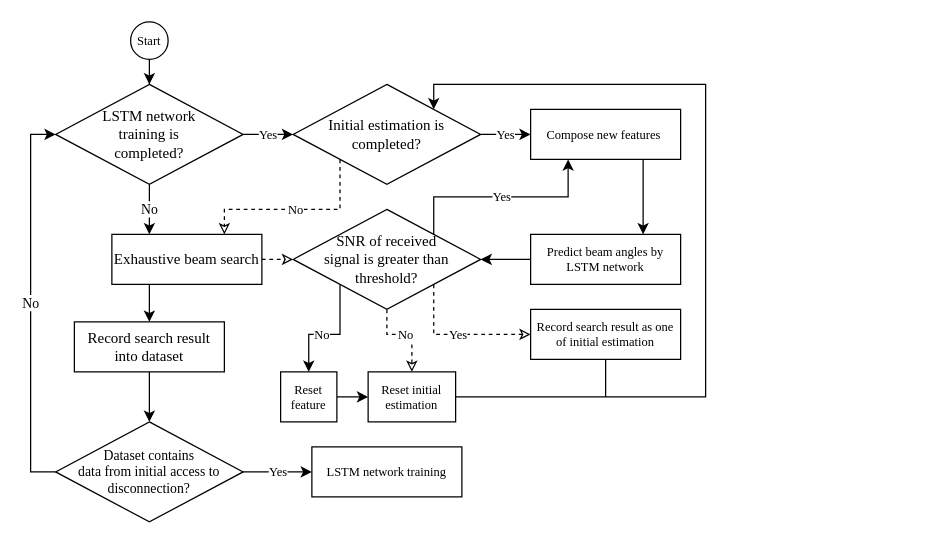
Lykr/FC-BET keeps this draw.io diagram as Script/procedure.drawio. Above is the earlier version. Source tidied: cells renumbered, new cells numbered last; positions are measured from the earlier drawing's top-left corner, leaving out a move shared by most shapes. Both pictures are drawn from the tidied source at 125%, with x=0, y=0 at pixel (30, 21).
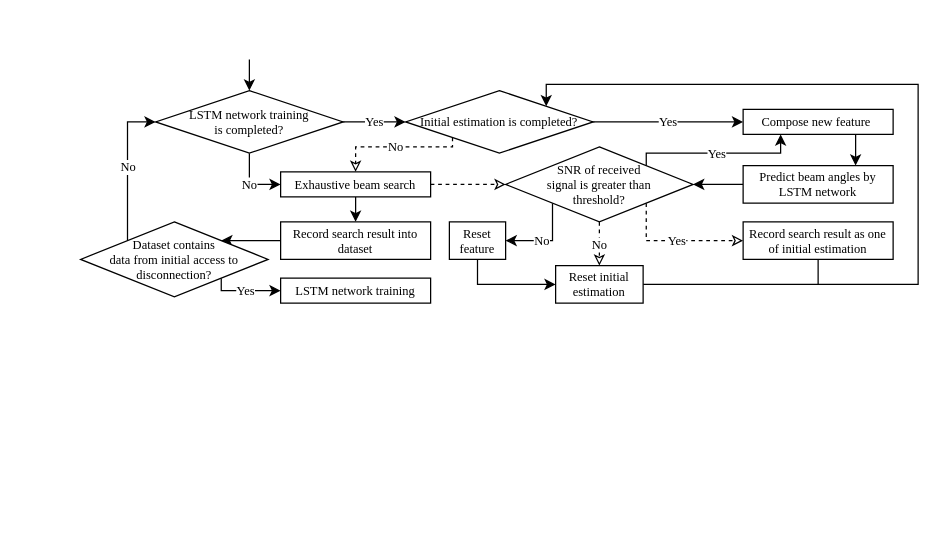
Above is the later version.

Diff of the diagram source:
```diff
@@
-    <mxCell id="2" value="No" style="edgeStyle=orthogonalEdgeStyle;rounded=0;jettySize=auto;html=1;fontFamily=Times New Roman;labelBorderColor=none;entryX=0.25;entryY=0;entryDx=0;entryDy=0;" parent="1" edge="1" source="4" target="7">
-      <mxGeometry relative="1" as="geometry" />
+    <mxCell id="2" value="No" style="edgeStyle=orthogonalEdgeStyle;rounded=0;jettySize=auto;html=1;fontFamily=Times New Roman;labelBorderColor=none;entryX=0;entryY=0.5;entryDx=0;entryDy=0;fontSize=10;" parent="1" edge="1" source="4" target="7">
+      <mxGeometry relative="1" as="geometry">
+        <Array as="points">
+          <mxPoint x="175" y="130" />
+        </Array>
+      </mxGeometry>
     </mxCell>
@@
-    <mxCell id="4" value="LSTM network&lt;br&gt;training is&lt;br&gt;completed?" style="rhombus;whiteSpace=wrap;html=1;labelBackgroundColor=none;labelBorderColor=none;fontFamily=Times New Roman;" parent="1" vertex="1">
-      <mxGeometry x="20" y="50" width="150" height="80" as="geometry" />
+    <mxCell id="4" value="LSTM network&amp;nbsp;training&lt;br&gt;is&amp;nbsp;completed?" style="rhombus;whiteSpace=wrap;html=1;labelBackgroundColor=none;labelBorderColor=none;fontFamily=Times New Roman;fontSize=10;" parent="1" vertex="1">
+      <mxGeometry x="100" y="55" width="150" height="50" as="geometry" />
     </mxCell>
-    <mxCell id="5" style="edgeStyle=orthogonalEdgeStyle;rounded=0;jettySize=auto;html=1;entryX=0.5;entryY=0;entryDx=0;entryDy=0;fontFamily=Times New Roman;labelBorderColor=none;exitX=0.25;exitY=1;exitDx=0;exitDy=0;" parent="1" edge="1" source="7" target="9">
+    <mxCell id="5" style="edgeStyle=orthogonalEdgeStyle;rounded=0;jettySize=auto;html=1;entryX=0.5;entryY=0;entryDx=0;entryDy=0;fontFamily=Times New Roman;labelBorderColor=none;exitX=0.5;exitY=1;exitDx=0;exitDy=0;fontSize=10;" parent="1" edge="1" source="7" target="9">
       <mxGeometry relative="1" as="geometry" />
     </mxCell>
     <mxCell id="6" style="edgeStyle=orthogonalEdgeStyle;rounded=0;jettySize=auto;html=1;exitX=1;exitY=0.5;exitDx=0;exitDy=0;entryX=0;entryY=0.5;entryDx=0;entryDy=0;labelBackgroundColor=#ffffff;endArrow=classic;endFill=0;fontFamily=Times New Roman;fontSize=10;dashed=1;" parent="1" edge="1" source="7" target="23">
       <mxGeometry relative="1" as="geometry">
         <Array as="points">
-          <mxPoint x="190" y="190" />
-          <mxPoint x="190" y="190" />
+          <mxPoint x="340" y="130" />
+          <mxPoint x="340" y="130" />
         </Array>
       </mxGeometry>
     </mxCell>
-    <mxCell id="7" value="Exhaustive beam search" style="rounded=0;whiteSpace=wrap;html=1;fontFamily=Times New Roman;labelBorderColor=none;" parent="1" vertex="1">
-      <mxGeometry x="65" y="170" width="120" height="40" as="geometry" />
+    <mxCell id="7" value="Exhaustive beam search" style="rounded=0;whiteSpace=wrap;html=1;fontFamily=Times New Roman;labelBorderColor=none;fontSize=10;" parent="1" vertex="1">
+      <mxGeometry x="200" y="120" width="120" height="20" as="geometry" />
     </mxCell>
-    <mxCell id="8" style="edgeStyle=orthogonalEdgeStyle;rounded=0;jettySize=auto;html=1;entryX=0.5;entryY=0;entryDx=0;entryDy=0;fontFamily=Times New Roman;labelBorderColor=none;" parent="1" edge="1" source="9" target="12">
-      <mxGeometry relative="1" as="geometry" />
+    <mxCell id="8" style="edgeStyle=orthogonalEdgeStyle;rounded=0;jettySize=auto;html=1;exitX=0;exitY=0.5;exitDx=0;exitDy=0;entryX=1;entryY=0;entryDx=0;entryDy=0;endArrow=classic;endFill=1;fontSize=10;" parent="1" edge="1" source="9" target="12">
+      <mxGeometry relative="1" as="geometry">
+        <Array as="points">
+          <mxPoint x="190" y="175" />
+          <mxPoint x="190" y="175" />
+        </Array>
+      </mxGeometry>
     </mxCell>
-    <mxCell id="9" value="Record search result into dataset" style="rounded=0;whiteSpace=wrap;html=1;fontFamily=Times New Roman;labelBorderColor=none;" parent="1" vertex="1">
-      <mxGeometry x="35" y="240" width="120" height="40" as="geometry" />
+    <mxCell id="9" value="Record search result into dataset" style="rounded=0;whiteSpace=wrap;html=1;fontFamily=Times New Roman;labelBorderColor=none;fontSize=10;" parent="1" vertex="1">
+      <mxGeometry x="200" y="160" width="120" height="30" as="geometry" />
     </mxCell>
-    <mxCell id="10" value="No" style="edgeStyle=orthogonalEdgeStyle;rounded=0;jettySize=auto;html=1;entryX=0;entryY=0.5;entryDx=0;entryDy=0;exitX=0;exitY=0.5;exitDx=0;exitDy=0;fontFamily=Times New Roman;labelBorderColor=none;" parent="1" edge="1" source="12" target="4">
+    <mxCell id="10" value="No" style="edgeStyle=orthogonalEdgeStyle;rounded=0;jettySize=auto;html=1;entryX=0;entryY=0.5;entryDx=0;entryDy=0;exitX=0;exitY=0;exitDx=0;exitDy=0;fontFamily=Times New Roman;labelBorderColor=none;fontSize=10;" parent="1" edge="1" source="12" target="4">
       <mxGeometry relative="1" as="geometry">
         <Array as="points">
-          <mxPoint y="360" />
-          <mxPoint y="90" />
+          <mxPoint x="78" y="80" />
         </Array>
       </mxGeometry>
     </mxCell>
-    <mxCell id="11" value="Yes" style="edgeStyle=orthogonalEdgeStyle;rounded=0;jettySize=auto;html=1;entryX=0;entryY=0.5;entryDx=0;entryDy=0;fontSize=10;fontFamily=Times New Roman;labelBorderColor=none;" parent="1" edge="1" source="12" target="13">
-      <mxGeometry relative="1" as="geometry" />
+    <mxCell id="11" value="Yes" style="edgeStyle=orthogonalEdgeStyle;rounded=0;jettySize=auto;html=1;entryX=0;entryY=0.5;entryDx=0;entryDy=0;fontSize=10;fontFamily=Times New Roman;labelBorderColor=none;exitX=1;exitY=1;exitDx=0;exitDy=0;" parent="1" edge="1" source="12" target="13">
+      <mxGeometry relative="1" as="geometry">
+        <Array as="points">
+          <mxPoint x="180" y="215" />
+          <mxPoint x="180" y="215" />
+        </Array>
+      </mxGeometry>
     </mxCell>
-    <mxCell id="12" value="&lt;font style=&quot;font-size: 11px&quot;&gt;Dataset contains&lt;br&gt;data from initial access to disconnection?&lt;/font&gt;" style="rhombus;whiteSpace=wrap;html=1;rounded=0;fontSize=10;fontFamily=Times New Roman;labelBorderColor=none;" parent="1" vertex="1">
-      <mxGeometry x="20" y="320" width="150" height="80" as="geometry" />
+    <mxCell id="12" value="&lt;font style=&quot;font-size: 10px;&quot;&gt;Dataset contains&lt;br style=&quot;font-size: 10px;&quot;&gt;data from initial access to disconnection?&lt;/font&gt;" style="rhombus;whiteSpace=wrap;html=1;rounded=0;fontSize=10;fontFamily=Times New Roman;labelBorderColor=none;" parent="1" vertex="1">
+      <mxGeometry x="40" y="160" width="150" height="60" as="geometry" />
     </mxCell>
     <mxCell id="13" value="LSTM network training" style="rounded=0;whiteSpace=wrap;html=1;fontSize=10;fontFamily=Times New Roman;labelBorderColor=none;" parent="1" vertex="1">
-      <mxGeometry x="225" y="340" width="120" height="40" as="geometry" />
+      <mxGeometry x="200" y="205" width="120" height="20" as="geometry" />
     </mxCell>
-    <mxCell id="14" value="No" style="edgeStyle=orthogonalEdgeStyle;rounded=0;jettySize=auto;html=1;entryX=0.75;entryY=0;entryDx=0;entryDy=0;labelBackgroundColor=#ffffff;fontFamily=Times New Roman;fontSize=10;endArrow=classic;endFill=0;dashed=1;exitX=0;exitY=1;exitDx=0;exitDy=0;" parent="1" edge="1" source="16" target="7">
+    <mxCell id="14" value="No" style="edgeStyle=orthogonalEdgeStyle;rounded=0;jettySize=auto;html=1;labelBackgroundColor=#ffffff;fontFamily=Times New Roman;fontSize=10;endArrow=classic;endFill=0;dashed=1;exitX=0;exitY=1;exitDx=0;exitDy=0;" parent="1" edge="1" source="16" target="7">
       <mxGeometry relative="1" as="geometry">
         <Array as="points">
-          <mxPoint x="248" y="150" />
-          <mxPoint x="155" y="150" />
+          <mxPoint x="338" y="100" />
+          <mxPoint x="260" y="100" />
         </Array>
       </mxGeometry>
     </mxCell>
@@
-    <mxCell id="16" value="Initial estimation is completed?" style="rhombus;whiteSpace=wrap;html=1;fontFamily=Times New Roman;labelBorderColor=none;" parent="1" vertex="1">
-      <mxGeometry x="210" y="50" width="150" height="80" as="geometry" />
+    <mxCell id="16" value="Initial estimation is completed?" style="rhombus;whiteSpace=wrap;html=1;fontFamily=Times New Roman;labelBorderColor=none;fontSize=10;" parent="1" vertex="1">
+      <mxGeometry x="300" y="55" width="150" height="50" as="geometry" />
     </mxCell>
-    <mxCell id="17" style="edgeStyle=orthogonalEdgeStyle;rounded=0;jettySize=auto;html=1;entryX=0.5;entryY=0;entryDx=0;entryDy=0;labelBackgroundColor=#ffffff;fontFamily=Times New Roman;fontSize=10;" parent="1" edge="1" source="18" target="4">
-      <mxGeometry relative="1" as="geometry" />
+    <mxCell id="17" style="edgeStyle=orthogonalEdgeStyle;rounded=0;jettySize=auto;html=1;entryX=0.5;entryY=0;entryDx=0;entryDy=0;labelBackgroundColor=#ffffff;fontFamily=Times New Roman;fontSize=10;" parent="1" edge="1" target="4">
+      <mxGeometry relative="1" as="geometry">
+        <mxPoint x="175" y="30" as="sourcePoint" />
+      </mxGeometry>
     </mxCell>
-    <mxCell id="18" value="Start" style="ellipse;whiteSpace=wrap;html=1;rounded=0;labelBackgroundColor=#ffffff;gradientColor=none;fontFamily=Times New Roman;fontSize=10;" parent="1" vertex="1">
-      <mxGeometry x="80" width="30" height="30" as="geometry" />
-    </mxCell>
-    <mxCell id="19" value="No" style="edgeStyle=orthogonalEdgeStyle;rounded=0;jettySize=auto;html=1;exitX=0;exitY=1;exitDx=0;exitDy=0;entryX=0.5;entryY=0;entryDx=0;entryDy=0;labelBackgroundColor=#ffffff;endArrow=classic;endFill=1;fontFamily=Times New Roman;fontSize=10;" parent="1" edge="1" source="23" target="29">
+    <mxCell id="19" value="No" style="edgeStyle=orthogonalEdgeStyle;rounded=0;jettySize=auto;html=1;exitX=0;exitY=1;exitDx=0;exitDy=0;entryX=1;entryY=0.5;entryDx=0;entryDy=0;labelBackgroundColor=#ffffff;endArrow=classic;endFill=1;fontFamily=Times New Roman;fontSize=10;" parent="1" edge="1" source="23" target="29">
       <mxGeometry x="0.18" relative="1" as="geometry">
         <Array as="points">
-          <mxPoint x="248" y="250" />
+          <mxPoint x="418" y="175" />
         </Array>
         <mxPoint x="1" as="offset" />
       </mxGeometry>
     </mxCell>
     <mxCell id="20" value="Yes" style="edgeStyle=orthogonalEdgeStyle;rounded=0;jettySize=auto;html=1;exitX=1;exitY=1;exitDx=0;exitDy=0;entryX=0;entryY=0.5;entryDx=0;entryDy=0;dashed=1;labelBackgroundColor=#ffffff;endArrow=classic;endFill=0;fontFamily=Times New Roman;fontSize=10;" parent="1" edge="1" source="23" target="31">
       <mxGeometry relative="1" as="geometry">
         <Array as="points">
-          <mxPoint x="323" y="250" />
+          <mxPoint x="493" y="175" />
         </Array>
       </mxGeometry>
     </mxCell>
     <mxCell id="21" value="No" style="edgeStyle=orthogonalEdgeStyle;rounded=0;jettySize=auto;html=1;exitX=0.5;exitY=1;exitDx=0;exitDy=0;entryX=0.5;entryY=0;entryDx=0;entryDy=0;labelBackgroundColor=#ffffff;endArrow=classic;endFill=0;fontFamily=Times New Roman;fontSize=10;dashed=1;" parent="1" edge="1" source="23" target="33">
       <mxGeometry relative="1" as="geometry">
         <Array as="points">
-          <mxPoint x="285" y="250" />
-          <mxPoint x="305" y="250" />
+          <mxPoint x="455" y="170" />
+          <mxPoint x="455" y="170" />
         </Array>
       </mxGeometry>
     </mxCell>
     <mxCell id="22" value="Yes" style="edgeStyle=orthogonalEdgeStyle;rounded=0;jettySize=auto;html=1;exitX=1;exitY=0;exitDx=0;exitDy=0;entryX=0.25;entryY=1;entryDx=0;entryDy=0;labelBackgroundColor=#ffffff;endArrow=classic;endFill=1;fontFamily=Times New Roman;fontSize=10;" parent="1" edge="1" source="23" target="25">
       <mxGeometry relative="1" as="geometry">
         <Array as="points">
-          <mxPoint x="323" y="140" />
-          <mxPoint x="430" y="140" />
+          <mxPoint x="600" y="105" />
         </Array>
       </mxGeometry>
     </mxCell>
-    <mxCell id="23" value="&lt;span style=&quot;color: rgb(0 , 0 , 0) ; font-family: &amp;#34;times new roman&amp;#34; ; font-size: 12px ; font-style: normal ; font-weight: 400 ; letter-spacing: normal ; text-align: center ; text-indent: 0px ; text-transform: none ; word-spacing: 0px ; display: inline ; float: none&quot;&gt;SNR of received&lt;br&gt;signal is greater than&lt;br&gt;threshold?&lt;/span&gt;" style="rhombus;whiteSpace=wrap;html=1;rounded=0;labelBackgroundColor=none;gradientColor=none;fontFamily=Times New Roman;fontSize=10;verticalAlign=middle;" parent="1" vertex="1">
-      <mxGeometry x="210" y="150" width="150" height="80" as="geometry" />
+    <mxCell id="23" value="&lt;span style=&quot;color: rgb(0, 0, 0); font-family: &amp;quot;times new roman&amp;quot;; font-size: 10px; font-style: normal; font-weight: 400; letter-spacing: normal; text-align: center; text-indent: 0px; text-transform: none; word-spacing: 0px; display: inline; float: none;&quot;&gt;SNR of received&lt;br style=&quot;font-size: 10px;&quot;&gt;signal is greater than&lt;br style=&quot;font-size: 10px;&quot;&gt;threshold?&lt;/span&gt;" style="rhombus;whiteSpace=wrap;html=1;rounded=0;labelBackgroundColor=none;gradientColor=none;fontFamily=Times New Roman;fontSize=10;verticalAlign=middle;" parent="1" vertex="1">
+      <mxGeometry x="380" y="100" width="150" height="60" as="geometry" />
     </mxCell>
@@
-    <mxCell id="25" value="Compose new features&amp;nbsp;" style="rounded=0;whiteSpace=wrap;html=1;labelBackgroundColor=none;gradientColor=none;fontFamily=Times New Roman;fontSize=10;" parent="1" vertex="1">
-      <mxGeometry x="400" y="70" width="120" height="40" as="geometry" />
+    <mxCell id="25" value="Compose new feature&amp;nbsp;" style="rounded=0;whiteSpace=wrap;html=1;labelBackgroundColor=none;gradientColor=none;fontFamily=Times New Roman;fontSize=10;" parent="1" vertex="1">
+      <mxGeometry x="570" y="70" width="120" height="20" as="geometry" />
     </mxCell>
@@
     <mxCell id="27" value="Predict beam angles by LSTM network" style="rounded=0;whiteSpace=wrap;html=1;labelBackgroundColor=none;gradientColor=none;fontFamily=Times New Roman;fontSize=10;" parent="1" vertex="1">
-      <mxGeometry x="400" y="170" width="120" height="40" as="geometry" />
+      <mxGeometry x="570" y="115" width="120" height="30" as="geometry" />
     </mxCell>
-    <mxCell id="28" style="edgeStyle=orthogonalEdgeStyle;rounded=0;jettySize=auto;html=1;entryX=0;entryY=0.5;entryDx=0;entryDy=0;labelBackgroundColor=#ffffff;endArrow=classic;endFill=1;fontFamily=Times New Roman;fontSize=10;" parent="1" edge="1" source="29" target="33">
-      <mxGeometry relative="1" as="geometry" />
+    <mxCell id="28" style="edgeStyle=orthogonalEdgeStyle;rounded=0;jettySize=auto;html=1;exitX=0.5;exitY=1;exitDx=0;exitDy=0;entryX=0;entryY=0.5;entryDx=0;entryDy=0;endArrow=classic;endFill=1;fontSize=10;" parent="1" edge="1" source="29" target="33">
+      <mxGeometry relative="1" as="geometry">
+        <Array as="points">
+          <mxPoint x="358" y="210" />
+        </Array>
+      </mxGeometry>
     </mxCell>
     <mxCell id="29" value="Reset feature" style="rounded=0;whiteSpace=wrap;html=1;labelBackgroundColor=none;gradientColor=none;fontFamily=Times New Roman;fontSize=10;" parent="1" vertex="1">
-      <mxGeometry x="200" y="280" width="45" height="40" as="geometry" />
+      <mxGeometry x="335" y="160" width="45" height="30" as="geometry" />
     </mxCell>
-    <mxCell id="30" style="edgeStyle=orthogonalEdgeStyle;rounded=0;jettySize=auto;html=1;labelBackgroundColor=#ffffff;endArrow=none;endFill=0;fontFamily=Times New Roman;fontSize=10;" parent="1" edge="1" source="31">
-      <mxGeometry relative="1" as="geometry">
-        <mxPoint x="460" y="300" as="targetPoint" />
-      </mxGeometry>
-    </mxCell>
+    <mxCell id="34" style="edgeStyle=orthogonalEdgeStyle;rounded=0;jettySize=auto;html=1;exitX=0.5;exitY=1;exitDx=0;exitDy=0;fontSize=10;endArrow=none;endFill=0;" parent="1" edge="1" source="31">
+      <mxGeometry relative="1" as="geometry">
+        <mxPoint x="630" y="210" as="targetPoint" />
+      </mxGeometry>
+    </mxCell>
     <mxCell id="31" value="Record search result as one of initial estimation" style="rounded=0;whiteSpace=wrap;html=1;labelBackgroundColor=none;gradientColor=none;fontFamily=Times New Roman;fontSize=10;" parent="1" vertex="1">
-      <mxGeometry x="400" y="230" width="120" height="40" as="geometry" />
+      <mxGeometry x="570" y="160" width="120" height="30" as="geometry" />
     </mxCell>
-    <mxCell id="32" style="edgeStyle=orthogonalEdgeStyle;rounded=0;jettySize=auto;html=1;entryX=1;entryY=0;entryDx=0;entryDy=0;labelBackgroundColor=#ffffff;endArrow=classic;endFill=1;fontFamily=Times New Roman;fontSize=10;" parent="1" edge="1" source="33" target="16">
+    <mxCell id="32" style="edgeStyle=orthogonalEdgeStyle;rounded=0;jettySize=auto;html=1;labelBackgroundColor=#ffffff;endArrow=classic;endFill=1;fontFamily=Times New Roman;fontSize=10;exitX=1;exitY=0.5;exitDx=0;exitDy=0;entryX=1;entryY=0;entryDx=0;entryDy=0;" parent="1" edge="1" source="33" target="16">
       <mxGeometry relative="1" as="geometry">
         <Array as="points">
-          <mxPoint x="540" y="300" />
-          <mxPoint x="540" y="50" />
-          <mxPoint x="323" y="50" />
+          <mxPoint x="710" y="210" />
+          <mxPoint x="710" y="50" />
+          <mxPoint x="413" y="50" />
         </Array>
       </mxGeometry>
     </mxCell>
     <mxCell id="33" value="Reset initial estimation" style="rounded=0;whiteSpace=wrap;html=1;labelBackgroundColor=none;gradientColor=none;fontFamily=Times New Roman;fontSize=10;" parent="1" vertex="1">
-      <mxGeometry x="270" y="280" width="70" height="40" as="geometry" />
+      <mxGeometry x="420" y="195" width="70" height="30" as="geometry" />
     </mxCell>
```
